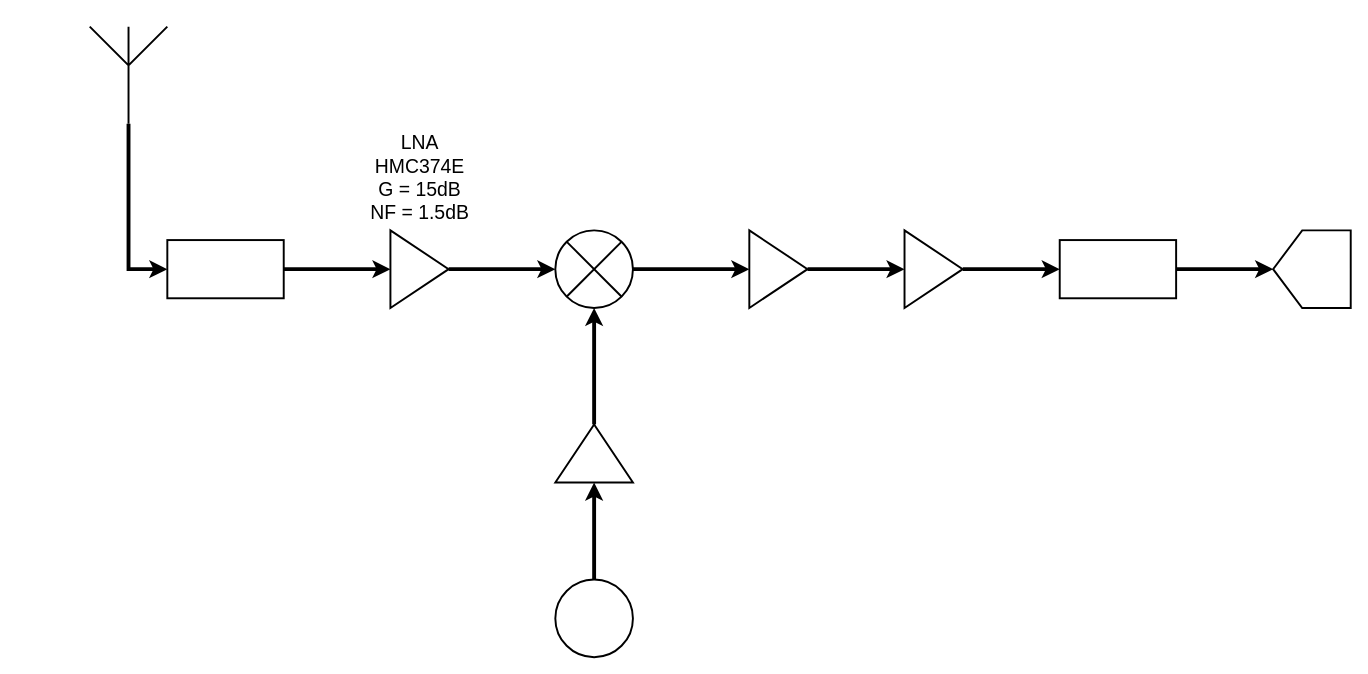
Earlier version of the draw.io diagram Receiver.drawio (chenbin234/MCC125-Wireless-link-project). Source tidied: cells renumbered, new cells numbered last; positions are measured from the earlier drawing's top-left corner, leaving out a move shared by most shapes. Both pictures are drawn from the tidied source at 97%, with x=0, y=0 at pixel (89, 26).
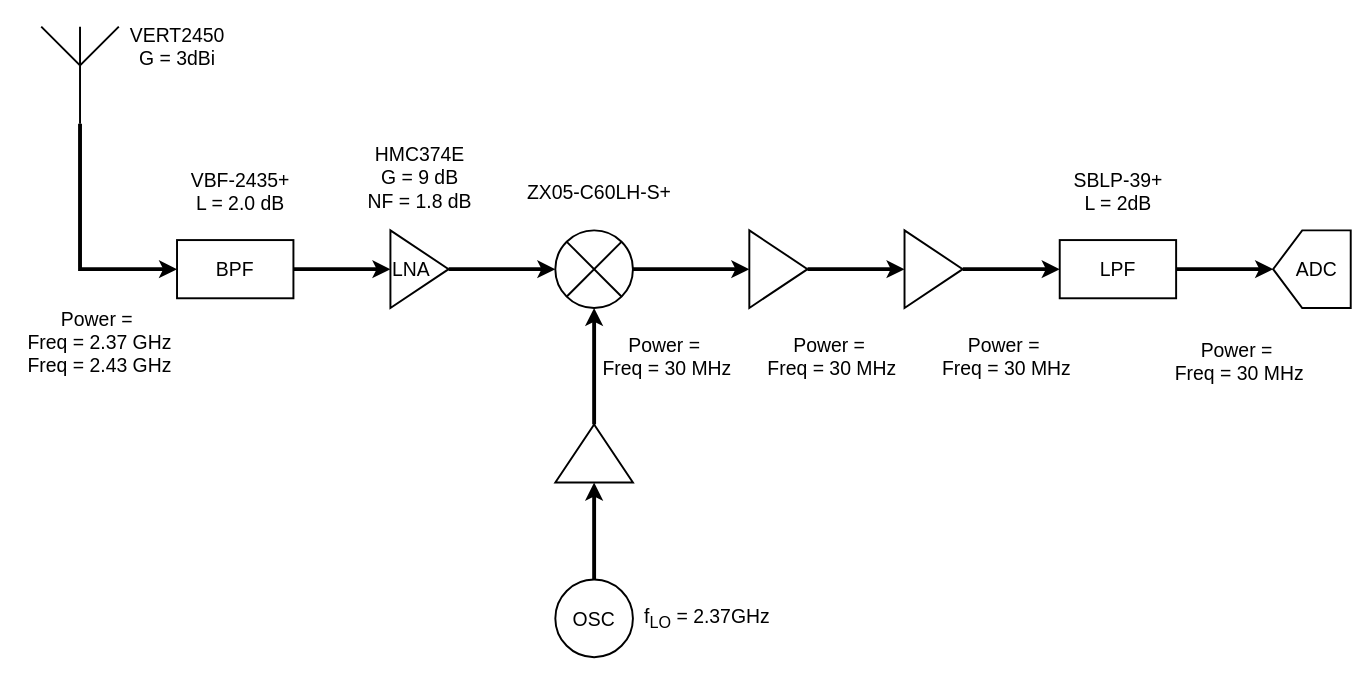
The same diagram, later.

What changed in the source:
```diff
@@
     <mxCell id="2" style="edgeStyle=orthogonalEdgeStyle;rounded=0;jettySize=auto;html=1;exitX=0.5;exitY=1;exitDx=0;exitDy=0;exitPerimeter=0;entryX=0;entryY=0.5;entryDx=0;entryDy=0;strokeWidth=4;" parent="1" edge="1" source="3" target="5">
-      <mxGeometry relative="1" as="geometry" />
+      <mxGeometry relative="1" as="geometry">
+        <Array as="points">
+          <mxPoint x="-10" y="100" />
+          <mxPoint x="-10" y="250" />
+        </Array>
+      </mxGeometry>
     </mxCell>
     <mxCell id="3" style="verticalLabelPosition=bottom;shadow=0;dashed=0;align=center;html=1;verticalAlign=top;shape=mxgraph.electrical.radio.aerial_-_antenna_1;strokeWidth=2;" parent="1" vertex="1">
-      <mxGeometry width="80" height="100" as="geometry" />
+      <mxGeometry x="-50" width="80" height="100" as="geometry" />
     </mxCell>
@@
-    <mxCell id="5" style="rounded=0;whiteSpace=wrap;html=1;strokeWidth=2;" parent="1" vertex="1">
-      <mxGeometry x="80" y="220" width="120" height="60" as="geometry" />
+    <mxCell id="5" value="&lt;font style=&quot;font-size: 20px;&quot;&gt;BPF&lt;/font&gt;" style="rounded=0;whiteSpace=wrap;html=1;strokeWidth=2;" parent="1" vertex="1">
+      <mxGeometry x="90" y="220" width="120" height="60" as="geometry" />
     </mxCell>
@@
-    <mxCell id="7" style="triangle;whiteSpace=wrap;html=1;strokeWidth=2;" parent="1" vertex="1">
+    <mxCell id="7" value="&lt;font style=&quot;font-size: 20px;&quot;&gt;LNA&lt;/font&gt;" style="triangle;whiteSpace=wrap;html=1;strokeWidth=2;align=left;" parent="1" vertex="1">
       <mxGeometry x="310" y="210" width="60" height="80" as="geometry" />
     </mxCell>
@@
-    <mxCell id="15" style="rounded=0;whiteSpace=wrap;html=1;strokeWidth=2;" parent="1" vertex="1">
+    <mxCell id="15" value="&lt;font style=&quot;font-size: 20px;&quot;&gt;LPF&lt;/font&gt;" style="rounded=0;whiteSpace=wrap;html=1;strokeWidth=2;" parent="1" vertex="1">
       <mxGeometry x="1000" y="220" width="120" height="60" as="geometry" />
     </mxCell>
@@
-    <mxCell id="17" style="ellipse;whiteSpace=wrap;html=1;strokeWidth=2;" parent="1" vertex="1">
+    <mxCell id="17" value="&lt;font style=&quot;font-size: 20px;&quot;&gt;OSC&lt;/font&gt;" style="ellipse;whiteSpace=wrap;html=1;strokeWidth=2;" parent="1" vertex="1">
       <mxGeometry x="480" y="570" width="80" height="80" as="geometry" />
     </mxCell>
@@
-    <mxCell id="20" style="shape=offPageConnector;whiteSpace=wrap;html=1;rotation=90;strokeWidth=2;" parent="1" vertex="1">
+    <mxCell id="20" value="&lt;font style=&quot;font-size: 20px;&quot;&gt;&amp;nbsp; ADC&lt;/font&gt;" style="shape=offPageConnector;whiteSpace=wrap;html=1;rotation=90;strokeWidth=2;align=center;horizontal=0;" parent="1" vertex="1">
       <mxGeometry x="1220" y="210" width="80" height="80" as="geometry" />
     </mxCell>
-    <mxCell id="21" value="&lt;font style=&quot;font-size: 20px;&quot;&gt;LNA&lt;br&gt;HMC374E&lt;br&gt;G = 15dB&lt;br&gt;NF = 1.5dB&lt;br&gt;&lt;/font&gt;" style="text;html=1;align=center;verticalAlign=middle;strokeColor=none;fillColor=none;" parent="1" vertex="1">
-      <mxGeometry x="275" y="100" width="130" height="110" as="geometry" />
+    <mxCell id="21" value="&lt;font style=&quot;font-size: 20px;&quot;&gt;HMC374E&lt;br&gt;G = 9 dB&lt;br&gt;NF = 1.8 dB&lt;br&gt;&lt;/font&gt;" style="text;html=1;align=center;verticalAlign=middle;strokeColor=none;fillColor=none;" parent="1" vertex="1">
+      <mxGeometry x="275" y="110" width="130" height="90" as="geometry" />
     </mxCell>
+    <mxCell id="22" value="&lt;font style=&quot;font-size: 20px;&quot;&gt;VBF-2435+&lt;br&gt;L = 2.0 dB&lt;br&gt;&lt;/font&gt;" style="text;html=1;align=center;verticalAlign=middle;strokeColor=none;fillColor=none;" parent="1" vertex="1">
+      <mxGeometry x="90" y="140" width="130" height="60" as="geometry" />
+    </mxCell>
+    <mxCell id="23" value="&lt;font style=&quot;font-size: 20px;&quot;&gt;f&lt;sub&gt;LO&lt;/sub&gt; = 2.37GHz&lt;/font&gt;" style="text;html=1;align=left;verticalAlign=middle;strokeColor=none;fillColor=none;" parent="1" vertex="1">
+      <mxGeometry x="570" y="590" width="150" height="40" as="geometry" />
+    </mxCell>
+    <mxCell id="24" value="&lt;font style=&quot;font-size: 20px;&quot;&gt;ZX05-C60LH-S+&lt;/font&gt;" style="text;html=1;align=center;verticalAlign=middle;strokeColor=none;fillColor=none;" parent="1" vertex="1">
+      <mxGeometry x="440" y="150" width="170" height="40" as="geometry" />
+    </mxCell>
+    <mxCell id="25" value="&lt;font style=&quot;font-size: 20px;&quot;&gt;SBLP-39+&lt;br&gt;L = 2dB&lt;/font&gt;" style="text;html=1;align=center;verticalAlign=middle;strokeColor=none;fillColor=none;" parent="1" vertex="1">
+      <mxGeometry x="1000" y="140" width="120" height="60" as="geometry" />
+    </mxCell>
+    <mxCell id="26" value="&lt;font style=&quot;font-size: 20px;&quot;&gt;VERT2450&lt;br&gt;G = 3dBi&lt;/font&gt;" style="text;html=1;align=center;verticalAlign=middle;strokeColor=none;fillColor=none;" parent="1" vertex="1">
+      <mxGeometry x="30" y="-10" width="120" height="60" as="geometry" />
+    </mxCell>
+    <mxCell id="27" value="&lt;font style=&quot;font-size: 20px;&quot;&gt;Power =&amp;nbsp;&lt;br&gt;Freq = 2.37 GHz&lt;br&gt;Freq = 2.43 GHz&lt;/font&gt;" style="text;html=1;align=center;verticalAlign=middle;strokeColor=none;fillColor=none;" parent="1" vertex="1">
+      <mxGeometry x="-75" y="280" width="170" height="90" as="geometry" />
+    </mxCell>
+    <mxCell id="28" value="&lt;font style=&quot;font-size: 20px;&quot;&gt;Power =&amp;nbsp;&lt;br&gt;Freq = 30 MHz&lt;br&gt;&lt;/font&gt;" style="text;html=1;align=center;verticalAlign=middle;strokeColor=none;fillColor=none;" parent="1" vertex="1">
+      <mxGeometry x="1105" y="315" width="160" height="60" as="geometry" />
+    </mxCell>
+    <mxCell id="29" value="&lt;font style=&quot;font-size: 20px;&quot;&gt;Power =&amp;nbsp;&lt;br&gt;Freq = 30 MHz&lt;br&gt;&lt;/font&gt;" style="text;html=1;align=center;verticalAlign=middle;strokeColor=none;fillColor=none;" parent="1" vertex="1">
+      <mxGeometry x="865" y="310" width="160" height="60" as="geometry" />
+    </mxCell>
+    <mxCell id="30" value="&lt;font style=&quot;font-size: 20px;&quot;&gt;Power =&amp;nbsp;&lt;br&gt;Freq = 30 MHz&lt;br&gt;&lt;/font&gt;" style="text;html=1;align=center;verticalAlign=middle;strokeColor=none;fillColor=none;" parent="1" vertex="1">
+      <mxGeometry x="685" y="310" width="160" height="60" as="geometry" />
+    </mxCell>
+    <mxCell id="31" value="&lt;font style=&quot;font-size: 20px;&quot;&gt;Power =&amp;nbsp;&lt;br&gt;Freq = 30 MHz&lt;br&gt;&lt;/font&gt;" style="text;html=1;align=center;verticalAlign=middle;strokeColor=none;fillColor=none;" parent="1" vertex="1">
+      <mxGeometry x="515" y="310" width="160" height="60" as="geometry" />
+    </mxCell>
```
